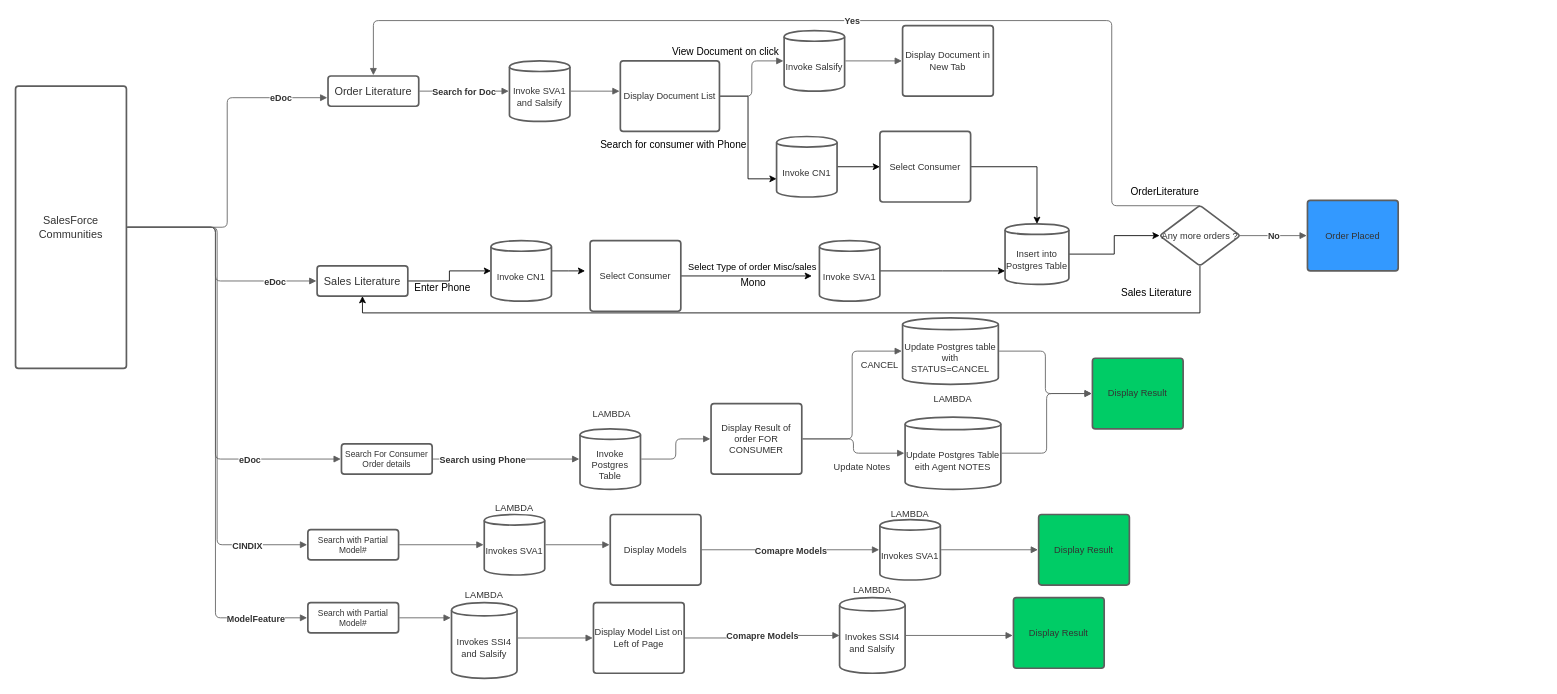
MadhuriRao93/ivr-hdob keeps this draw.io diagram as Untitled Diagram.drawio. Above is the earlier version. Source tidied: cells renumbered, new cells numbered last; positions are measured from the earlier drawing's top-left corner, leaving out a move shared by most shapes. Both pictures are drawn from the tidied source at 84%, with x=0, y=0 at pixel (15, 20).
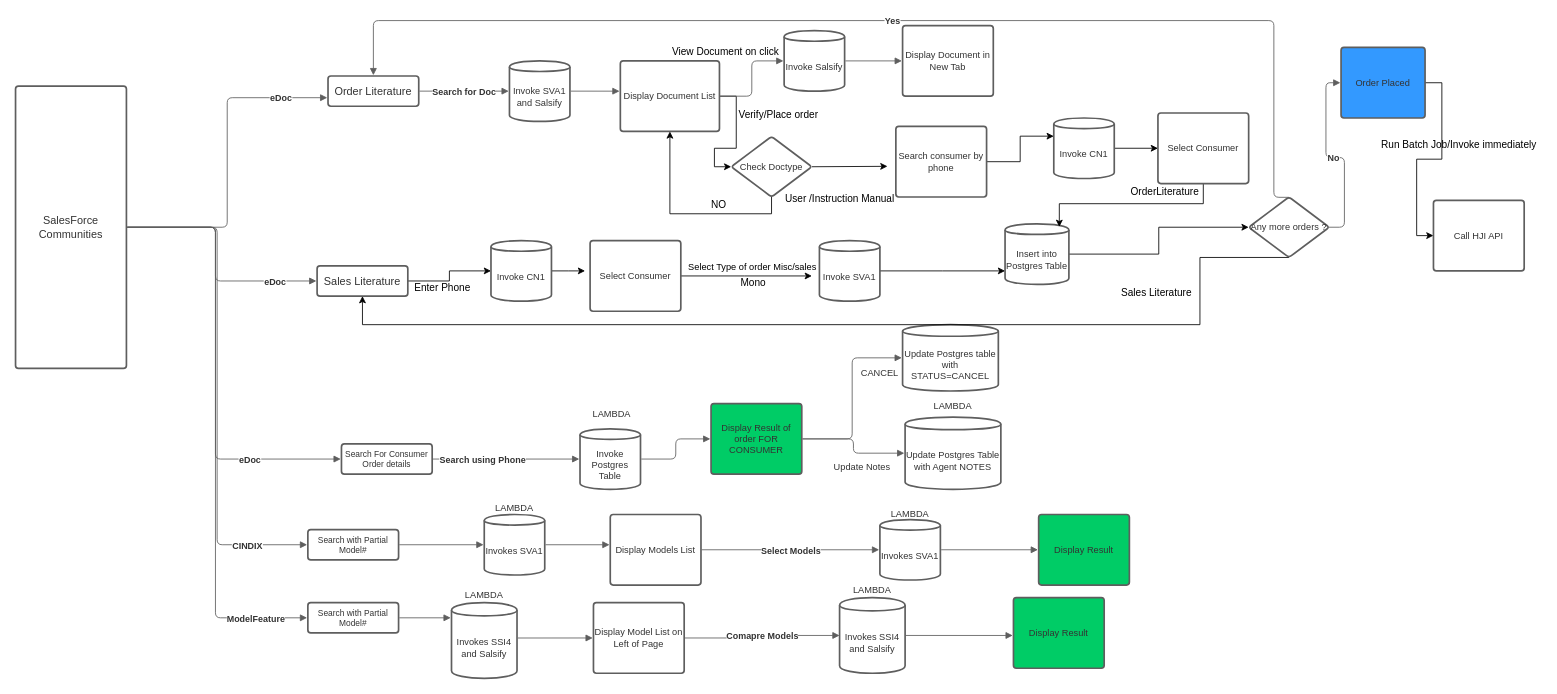
The same diagram, later.

The change refers to these unchanged cells:
```xml
<mxCell id="6" value="Order Literature" style="html=1;overflow=block;whiteSpace=wrap;whiteSpace=wrap;fontSize=13;fontColor=#333333;spacing=0;strokeColor=#5e5e5e;strokeOpacity=100;rounded=1;absoluteArcSize=1;arcSize=7;strokeWidth=2;" parent="1" vertex="1">
  <mxGeometry x="372" y="66" width="108" height="36" as="geometry" />
</mxCell>
<mxCell id="8" value="Sales Literature" style="html=1;overflow=block;whiteSpace=wrap;whiteSpace=wrap;fontSize=13;fontColor=#333333;spacing=0;strokeColor=#5e5e5e;strokeOpacity=100;rounded=1;absoluteArcSize=1;arcSize=7;strokeWidth=2;" parent="1" vertex="1">
  <mxGeometry x="359" y="292" width="108" height="36" as="geometry" />
</mxCell>
<mxCell id="27" style="html=1;jettySize=18;whiteSpace=wrap;fontSize=11;strokeColor=#5E5E5E;rounded=1;arcSize=12;edgeStyle=orthogonalEdgeStyle;startArrow=none;endArrow=block;endFill=1;exitX=1.008;exitY=0.5;exitPerimeter=0;entryX=-0.012;entryY=0.5;entryPerimeter=0;" parent="1" edge="1" source="20" target="49">
  <mxGeometry relative="1" as="geometry" />
</mxCell>
<mxCell id="61" value="Display Document List" style="html=1;overflow=block;whiteSpace=wrap;whiteSpace=wrap;fontSize=11;fontColor=#333333;spacing=0;strokeColor=#5e5e5e;strokeOpacity=100;rounded=1;absoluteArcSize=1;arcSize=7;strokeWidth=2;" parent="1" vertex="1">
  <mxGeometry x="720" y="48" width="118" height="84" as="geometry" />
</mxCell>
<mxCell id="68" value="Insert into Postgres Table" style="html=1;overflow=block;whiteSpace=wrap;shape=cylinder;size=0.1;anchorPointDirection=0;boundedLbl=1;whiteSpace=wrap;fontSize=11;fontColor=#333333;spacing=3;strokeColor=#5e5e5e;strokeOpacity=100;rounded=1;absoluteArcSize=1;arcSize=7;strokeWidth=2;" parent="1" vertex="1">
  <mxGeometry x="1178" y="242" width="76" height="72" as="geometry" />
</mxCell>
```

Diff of the diagram source:
```diff
@@
-    <mxCell id="20" value="Display Models" style="html=1;overflow=block;whiteSpace=wrap;whiteSpace=wrap;fontSize=11;fontColor=#333333;spacing=0;strokeColor=#5e5e5e;strokeOpacity=100;rounded=1;absoluteArcSize=1;arcSize=7;strokeWidth=2;" parent="1" vertex="1">
+    <mxCell id="20" value="Display Models List" style="html=1;overflow=block;whiteSpace=wrap;whiteSpace=wrap;fontSize=11;fontColor=#333333;spacing=0;strokeColor=#5e5e5e;strokeOpacity=100;rounded=1;absoluteArcSize=1;arcSize=7;strokeWidth=2;" parent="1" vertex="1">
       <mxGeometry x="708" y="588" width="108" height="84" as="geometry" />
     </mxCell>
@@
-    <mxCell id="28" value="Comapre Models" style="text;html=1;labelBackgroundColor=#ffffff;align=center;verticalAlign=middle;fontStyle=1;fontColor=#333333;fontSize=10.666666666666666;" parent="27" vertex="1">
+    <mxCell id="28" value="Select Models" style="text;html=1;labelBackgroundColor=#ffffff;align=center;verticalAlign=middle;fontStyle=1;fontColor=#333333;fontSize=10.666666666666666;" parent="27" vertex="1">
       <mxGeometry relative="1" as="geometry" />
     </mxCell>
@@
-    <mxCell id="35" value="Display Result of order FOR CONSUMER" style="html=1;overflow=block;whiteSpace=wrap;whiteSpace=wrap;fontSize=11;fontColor=#333333;spacing=0;strokeColor=#5E5E5E;rounded=1;absoluteArcSize=1;arcSize=7;strokeWidth=2;" parent="1" vertex="1">
+    <mxCell id="35" value="Display Result of order FOR CONSUMER" style="html=1;overflow=block;whiteSpace=wrap;whiteSpace=wrap;fontSize=11;fontColor=#333333;spacing=0;strokeColor=#5E5E5E;rounded=1;absoluteArcSize=1;arcSize=7;strokeWidth=2;fillColor=#00CC66;" parent="1" vertex="1">
       <mxGeometry x="828" y="456" width="108" height="84" as="geometry" />
     </mxCell>
@@
     <mxCell id="38" value="CANCEL " style="html=1;overflow=block;whiteSpace=wrap;strokeColor=none;fillColor=none;whiteSpace=wrap;fontSize=11;fontColor=#333333;spacing=0;strokeOpacity=100;rounded=1;absoluteArcSize=1;arcSize=7;strokeWidth=2;" parent="1" vertex="1">
-      <mxGeometry x="957" y="392" width="144" height="36" as="geometry" />
+      <mxGeometry x="957" y="402" width="144" height="36" as="geometry" />
     </mxCell>
-    <mxCell id="39" value="Display Result" style="html=1;overflow=block;whiteSpace=wrap;whiteSpace=wrap;fontSize=11;fontColor=#333333;spacing=0;strokeColor=#5e5e5e;strokeOpacity=100;rounded=1;absoluteArcSize=1;arcSize=7;strokeWidth=2;fillColor=#00CC66;" parent="1" vertex="1">
-      <mxGeometry x="1282" y="402" width="108" height="84" as="geometry" />
-    </mxCell>
-    <mxCell id="40" style="html=1;jettySize=18;whiteSpace=wrap;fontSize=11;strokeColor=#5E5E5E;rounded=1;arcSize=12;edgeStyle=orthogonalEdgeStyle;startArrow=none;endArrow=block;endFill=1;exitX=1.008;exitY=0.5;exitPerimeter=0;entryX=-0.008;entryY=0.5;entryPerimeter=0;" parent="1" edge="1" source="55" target="39">
-      <mxGeometry relative="1" as="geometry" />
-    </mxCell>
-    <mxCell id="41" style="html=1;jettySize=18;whiteSpace=wrap;fontSize=11;strokeColor=#5E5E5E;rounded=1;arcSize=12;edgeStyle=orthogonalEdgeStyle;startArrow=none;endArrow=block;endFill=1;exitX=1.008;exitY=0.5;exitPerimeter=0;entryX=-0.008;entryY=0.5;entryPerimeter=0;" parent="1" edge="1" source="56" target="39">
-      <mxGeometry relative="1" as="geometry" />
-    </mxCell>
@@
     <mxCell id="50" value="LAMBDA" style="html=1;overflow=block;whiteSpace=wrap;strokeColor=none;fillColor=none;whiteSpace=wrap;fontSize=11;fontColor=#333333;spacing=0;strokeOpacity=100;rounded=1;absoluteArcSize=1;arcSize=7;strokeWidth=2;" parent="1" vertex="1">
-      <mxGeometry x="1044" y="433" width="144" height="36" as="geometry" />
+      <mxGeometry x="1044" y="441" width="144" height="36" as="geometry" />
     </mxCell>
@@
     <mxCell id="55" value="Update Postgres table with STATUS=CANCEL" style="html=1;overflow=block;whiteSpace=wrap;shape=cylinder;size=0.1;anchorPointDirection=0;boundedLbl=1;whiteSpace=wrap;fontSize=11;fontColor=#333333;spacing=3;strokeColor=#5e5e5e;strokeOpacity=100;rounded=1;absoluteArcSize=1;arcSize=7;strokeWidth=2;" parent="1" vertex="1">
-      <mxGeometry x="1056" y="354" width="114" height="79" as="geometry" />
+      <mxGeometry x="1056" y="362" width="114" height="79" as="geometry" />
     </mxCell>
-    <mxCell id="56" value="Update Postgres Table eith Agent NOTES" style="html=1;overflow=block;whiteSpace=wrap;shape=cylinder;size=0.1;anchorPointDirection=0;boundedLbl=1;whiteSpace=wrap;fontSize=11;fontColor=#333333;spacing=3;strokeColor=#5e5e5e;strokeOpacity=100;rounded=1;absoluteArcSize=1;arcSize=7;strokeWidth=2;" parent="1" vertex="1">
+    <mxCell id="56" value="Update Postgres Table with Agent NOTES" style="html=1;overflow=block;whiteSpace=wrap;shape=cylinder;size=0.1;anchorPointDirection=0;boundedLbl=1;whiteSpace=wrap;fontSize=11;fontColor=#333333;spacing=3;strokeColor=#5e5e5e;strokeOpacity=100;rounded=1;absoluteArcSize=1;arcSize=7;strokeWidth=2;" parent="1" vertex="1">
       <mxGeometry x="1059" y="472" width="114" height="86" as="geometry" />
     </mxCell>
@@
-    <mxCell id="60" style="edgeStyle=orthogonalEdgeStyle;rounded=0;jettySize=auto;html=1;exitX=1;exitY=0.5;exitDx=0;exitDy=0;entryX=0;entryY=0.7;entryDx=0;entryDy=0;" parent="1" edge="1" source="61" target="72">
-      <mxGeometry relative="1" as="geometry" />
-    </mxCell>
+    <mxCell id="94" style="edgeStyle=orthogonalEdgeStyle;rounded=0;jettySize=auto;html=1;exitX=1;exitY=0.5;exitDx=0;exitDy=0;entryX=0;entryY=0.5;entryDx=0;entryDy=0;" parent="1" edge="1" source="61" target="99">
+      <mxGeometry relative="1" as="geometry" />
+    </mxCell>
@@
-    <mxCell id="69" style="edgeStyle=orthogonalEdgeStyle;rounded=0;jettySize=auto;html=1;exitX=1;exitY=0.5;exitDx=0;exitDy=0;" parent="1" edge="1" source="70" target="68">
+    <mxCell id="69" style="edgeStyle=orthogonalEdgeStyle;rounded=0;jettySize=auto;html=1;exitX=0.5;exitY=1;exitDx=0;exitDy=0;entryX=0.85;entryY=0.05;entryDx=0;entryDy=0;entryPerimeter=0;" parent="1" edge="1" source="70" target="68">
       <mxGeometry relative="1" as="geometry" />
     </mxCell>
     <mxCell id="70" value="Select Consumer" style="html=1;overflow=block;whiteSpace=wrap;whiteSpace=wrap;fontSize=11;fontColor=#333333;spacing=0;strokeColor=#5e5e5e;strokeOpacity=100;rounded=1;absoluteArcSize=1;arcSize=7;strokeWidth=2;" parent="1" vertex="1">
-      <mxGeometry x="1029" y="132" width="108" height="84" as="geometry" />
+      <mxGeometry x="1360" y="110" width="108" height="84" as="geometry" />
     </mxCell>
@@
     <mxCell id="72" value="Invoke CN1" style="html=1;overflow=block;whiteSpace=wrap;shape=cylinder;size=0.1;anchorPointDirection=0;boundedLbl=1;whiteSpace=wrap;fontSize=11;fontColor=#333333;spacing=3;strokeColor=#5e5e5e;strokeOpacity=100;rounded=1;absoluteArcSize=1;arcSize=7;strokeWidth=2;" parent="1" vertex="1">
-      <mxGeometry x="906" y="138" width="72" height="72" as="geometry" />
+      <mxGeometry x="1236" y="116" width="72" height="72" as="geometry" />
     </mxCell>
     <mxCell id="73" style="edgeStyle=orthogonalEdgeStyle;rounded=0;jettySize=auto;html=1;exitX=0.5;exitY=1;exitDx=0;exitDy=0;entryX=0.5;entryY=1;entryDx=0;entryDy=0;" parent="1" edge="1" source="74" target="8">
-      <mxGeometry relative="1" as="geometry" />
+      <mxGeometry relative="1" as="geometry">
+        <Array as="points">
+          <mxPoint x="1410" y="362" />
+          <mxPoint x="413" y="362" />
+        </Array>
+      </mxGeometry>
     </mxCell>
     <mxCell id="74" value="Any more orders ?" style="html=1;overflow=block;whiteSpace=wrap;rhombus;whiteSpace=wrap;fontSize=11;fontColor=#333333;spacing=3;strokeColor=#5e5e5e;strokeOpacity=100;rounded=1;absoluteArcSize=1;arcSize=7;strokeWidth=2;" parent="1" vertex="1">
-      <mxGeometry x="1362" y="220" width="96" height="72" as="geometry" />
+      <mxGeometry x="1468" y="210" width="96" height="72" as="geometry" />
     </mxCell>
     <mxCell id="75" style="html=1;jettySize=18;whiteSpace=wrap;fontSize=10;fontColor=#333333;fontStyle=1;strokeColor=#5E5E5E;rounded=1;arcSize=12;edgeStyle=orthogonalEdgeStyle;startArrow=none;endArrow=block;endFill=1;exitX=0.5;exitY=0.006;exitPerimeter=0;entryX=0.5;entryY=-0.025;entryPerimeter=0;" parent="1" edge="1" source="74" target="6">
       <mxGeometry relative="1" as="geometry">
         <Array as="points">
-          <mxPoint x="1305" />
+          <mxPoint x="1498" y="210" />
+          <mxPoint x="1498" />
           <mxPoint x="426" />
         </Array>
       </mxGeometry>
     </mxCell>
@@
+    <mxCell id="95" style="edgeStyle=orthogonalEdgeStyle;rounded=0;jettySize=auto;html=1;exitX=1;exitY=0.5;exitDx=0;exitDy=0;entryX=0;entryY=0.5;entryDx=0;entryDy=0;" parent="1" edge="1" source="79" target="96">
+      <mxGeometry relative="1" as="geometry" />
+    </mxCell>
     <mxCell id="79" value="Order Placed" style="html=1;overflow=block;whiteSpace=wrap;whiteSpace=wrap;fontSize=11;fontColor=#333333;spacing=0;strokeColor=#5e5e5e;strokeOpacity=100;rounded=1;absoluteArcSize=1;arcSize=7;strokeWidth=2;fillColor=#3399FF;" parent="1" vertex="1">
-      <mxGeometry x="1538" y="214" width="108" height="84" as="geometry" />
+      <mxGeometry x="1578" y="32" width="100" height="84" as="geometry" />
     </mxCell>
@@
-    <mxCell id="81" value="Search for consumer with Phone" style="text;html=1;align=center;verticalAlign=middle;" parent="1" vertex="1">
-      <mxGeometry x="688" y="138" width="190" height="20" as="geometry" />
-    </mxCell>
@@
+    <mxCell id="96" value="Call HJI API" style="html=1;overflow=block;whiteSpace=wrap;whiteSpace=wrap;fontSize=11;fontColor=#333333;spacing=0;strokeColor=#5E5E5E;rounded=1;absoluteArcSize=1;arcSize=7;strokeWidth=2;" parent="1" vertex="1">
+      <mxGeometry x="1688" y="214" width="108" height="84" as="geometry" />
+    </mxCell>
+    <mxCell id="97" style="edgeStyle=orthogonalEdgeStyle;rounded=0;jettySize=auto;html=1;exitX=0.5;exitY=1;exitDx=0;exitDy=0;entryX=0.5;entryY=1;entryDx=0;entryDy=0;" parent="1" edge="1" source="99" target="61">
+      <mxGeometry relative="1" as="geometry" />
+    </mxCell>
+    <mxCell id="98" style="edgeStyle=orthogonalEdgeStyle;rounded=0;jettySize=auto;html=1;exitX=1;exitY=0.5;exitDx=0;exitDy=0;" parent="1" edge="1" source="99">
+      <mxGeometry relative="1" as="geometry">
+        <mxPoint x="1038" y="173.5" as="targetPoint" />
+      </mxGeometry>
+    </mxCell>
+    <mxCell id="99" value="Check Doctype" style="html=1;overflow=block;whiteSpace=wrap;rhombus;whiteSpace=wrap;fontSize=11;fontColor=#333333;spacing=3;strokeColor=#5e5e5e;strokeOpacity=100;rounded=1;absoluteArcSize=1;arcSize=7;strokeWidth=2;" parent="1" vertex="1">
+      <mxGeometry x="852" y="138" width="96" height="72" as="geometry" />
+    </mxCell>
+    <mxCell id="100" value="User /Instruction Manual" style="text;html=1;align=center;verticalAlign=middle;" parent="1" vertex="1">
+      <mxGeometry x="906" y="202" width="150" height="20" as="geometry" />
+    </mxCell>
+    <mxCell id="101" value="Verify/Place order" style="text;html=1;align=center;verticalAlign=middle;" parent="1" vertex="1">
+      <mxGeometry x="853" y="102" width="110" height="20" as="geometry" />
+    </mxCell>
+    <mxCell id="102" value="NO" style="text;html=1;align=center;verticalAlign=middle;" parent="1" vertex="1">
+      <mxGeometry x="822" y="210" width="30" height="20" as="geometry" />
+    </mxCell>
+    <mxCell id="103" style="edgeStyle=orthogonalEdgeStyle;rounded=0;jettySize=auto;html=1;exitX=1;exitY=0.5;exitDx=0;exitDy=0;entryX=0;entryY=0.3;entryDx=0;entryDy=0;" parent="1" edge="1" source="104" target="72">
+      <mxGeometry relative="1" as="geometry" />
+    </mxCell>
+    <mxCell id="104" value="Search consumer by phone" style="html=1;overflow=block;whiteSpace=wrap;whiteSpace=wrap;fontSize=11;fontColor=#333333;spacing=0;strokeColor=#5e5e5e;strokeOpacity=100;rounded=1;absoluteArcSize=1;arcSize=7;strokeWidth=2;" parent="1" vertex="1">
+      <mxGeometry x="1048" y="126" width="108" height="84" as="geometry" />
+    </mxCell>
+    <mxCell id="105" value="Run Batch Job/Invoke immediately" style="text;html=1;align=center;verticalAlign=middle;" parent="1" vertex="1">
+      <mxGeometry x="1618" y="138" width="200" height="20" as="geometry" />
+    </mxCell>
```
